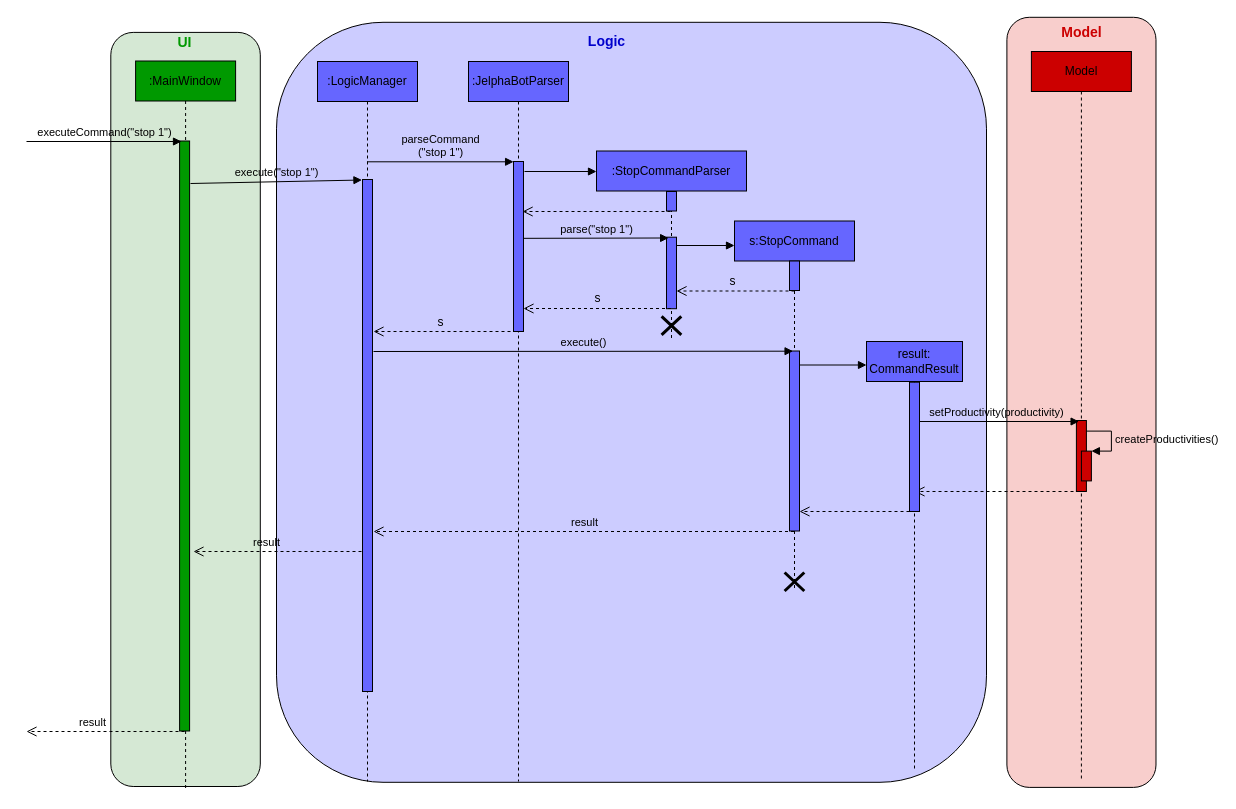
Above: docs/diagrams/StopSequenceDiagram.drawio in yapdianhao/main (draw.io), before the change. Source tidied: cells renumbered, new cells numbered last; positions are measured from the earlier drawing's top-left corner, leaving out a move shared by most shapes. Both pictures are drawn from the tidied source at 100%, with x=0, y=0 at pixel (-192, 21).
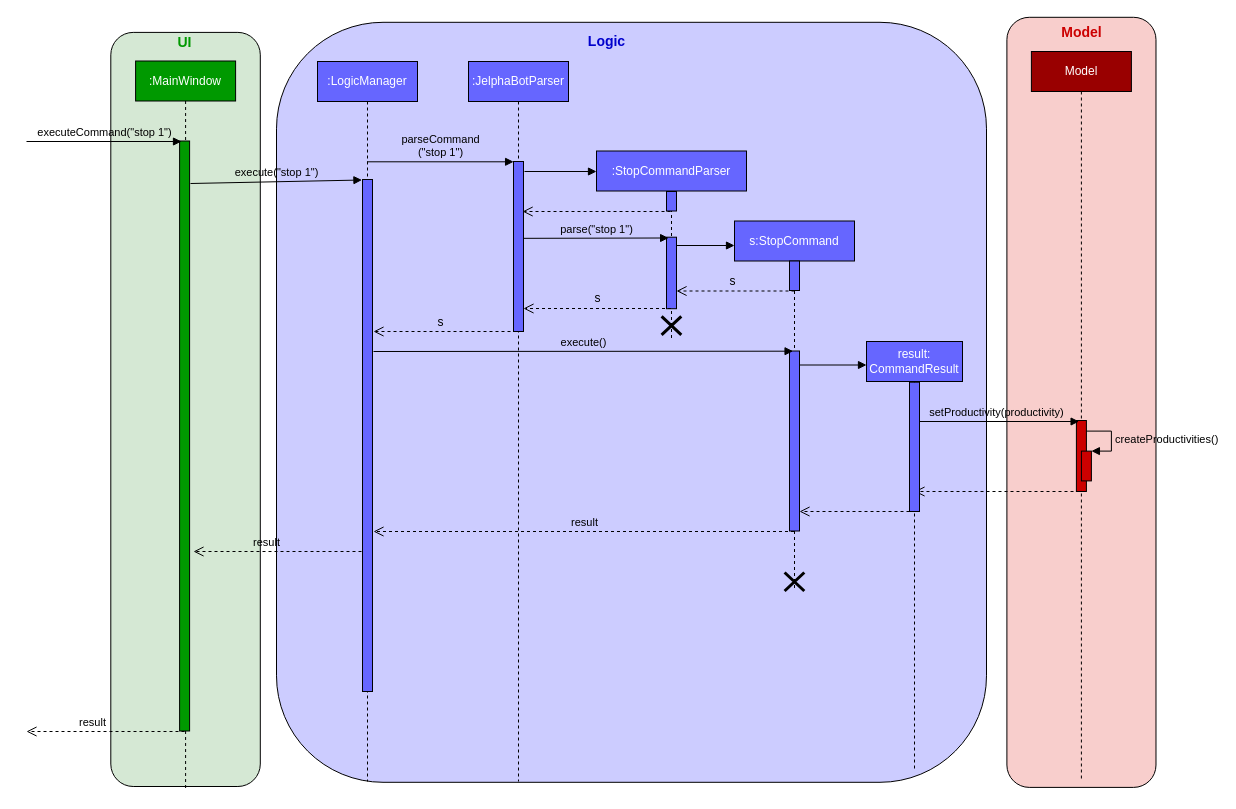
The same diagram, later.

The change refers to these unchanged cells:
```xml
<mxCell id="9" style="group;" parent="1" vertex="1">
  <mxGeometry x="504" y="40" width="100" height="720" as="geometry" />
</mxCell>
<mxCell id="21" style="group;" parent="1" vertex="1">
  <mxGeometry x="926" y="199.5" width="120" height="570" as="geometry" />
</mxCell>
```

What changed in the source:
```diff
@@
-    <mxCell id="4" value=":MainWindow" style="shape=umlLifeline;perimeter=lifelinePerimeter;whiteSpace=wrap;html=1;shadow=0;fillColor=#009900;" parent="1" vertex="1">
+    <mxCell id="4" value="&lt;font color=&quot;#ffffff&quot;&gt;:MainWindow&lt;/font&gt;" style="shape=umlLifeline;perimeter=lifelinePerimeter;whiteSpace=wrap;html=1;shadow=0;fillColor=#009900;" parent="1" vertex="1">
       <mxGeometry x="327.1" y="39.5" width="100" height="730" as="geometry" />
     </mxCell>
@@
-    <mxCell id="10" value=":LogicManager" style="shape=umlLifeline;perimeter=lifelinePerimeter;whiteSpace=wrap;html=1;outlineConnect=0;shadow=0;fillColor=#6666FF;" parent="9" vertex="1">
+    <mxCell id="10" value="&lt;font color=&quot;#ffffff&quot;&gt;:LogicManager&lt;/font&gt;" style="shape=umlLifeline;perimeter=lifelinePerimeter;whiteSpace=wrap;html=1;outlineConnect=0;shadow=0;fillColor=#6666FF;" parent="9" vertex="1">
       <mxGeometry x="5" width="100" height="720" as="geometry" />
     </mxCell>
@@
-    <mxCell id="12" value=":JelphaBotParser" style="shape=umlLifeline;perimeter=lifelinePerimeter;whiteSpace=wrap;html=1;shadow=0;fillColor=#6666FF;" parent="1" vertex="1">
+    <mxCell id="12" value="&lt;font color=&quot;#ffffff&quot;&gt;:JelphaBotParser&lt;/font&gt;" style="shape=umlLifeline;perimeter=lifelinePerimeter;whiteSpace=wrap;html=1;shadow=0;fillColor=#6666FF;" parent="1" vertex="1">
       <mxGeometry x="660" y="40" width="100" height="720" as="geometry" />
     </mxCell>
@@
-    <mxCell id="15" value=":StopCommandParser" style="shape=umlLifeline;perimeter=lifelinePerimeter;whiteSpace=wrap;html=1;shadow=0;fillColor=#6666FF;" parent="1" vertex="1">
+    <mxCell id="15" value="&lt;font color=&quot;#ffffff&quot;&gt;:StopCommandParser&lt;/font&gt;" style="shape=umlLifeline;perimeter=lifelinePerimeter;whiteSpace=wrap;html=1;shadow=0;fillColor=#6666FF;" parent="1" vertex="1">
       <mxGeometry x="788" y="129.5" width="150" height="189" as="geometry" />
     </mxCell>
@@
-    <mxCell id="22" value="s:StopCommand" style="shape=umlLifeline;perimeter=lifelinePerimeter;whiteSpace=wrap;html=1;outlineConnect=0;shadow=0;fillColor=#6666FF;" parent="21" vertex="1">
+    <mxCell id="22" value="&lt;font color=&quot;#ffffff&quot;&gt;s:StopCommand&lt;/font&gt;" style="shape=umlLifeline;perimeter=lifelinePerimeter;whiteSpace=wrap;html=1;outlineConnect=0;shadow=0;fillColor=#6666FF;" parent="21" vertex="1">
       <mxGeometry width="120" height="370" as="geometry" />
     </mxCell>
@@
-    <mxCell id="42" value="Model" style="shape=umlLifeline;perimeter=lifelinePerimeter;whiteSpace=wrap;html=1;shadow=0;fillColor=#CC0000;" parent="1" vertex="1">
+    <mxCell id="42" value="&lt;font color=&quot;#ffffff&quot;&gt;Model&lt;/font&gt;" style="shape=umlLifeline;perimeter=lifelinePerimeter;whiteSpace=wrap;html=1;shadow=0;fillColor=#990000;" parent="1" vertex="1">
       <mxGeometry x="1222.9" y="30" width="100" height="730" as="geometry" />
     </mxCell>
@@
-    <mxCell id="54" value="result:&lt;br&gt;CommandResult" style="shape=umlLifeline;perimeter=lifelinePerimeter;whiteSpace=wrap;html=1;shadow=0;fillColor=#6666FF;" parent="1" vertex="1">
+    <mxCell id="54" value="&lt;font color=&quot;#ffffff&quot;&gt;result:&lt;br&gt;CommandResult&lt;/font&gt;" style="shape=umlLifeline;perimeter=lifelinePerimeter;whiteSpace=wrap;html=1;shadow=0;fillColor=#6666FF;" parent="1" vertex="1">
       <mxGeometry x="1058" y="320" width="96" height="430" as="geometry" />
     </mxCell>
```
